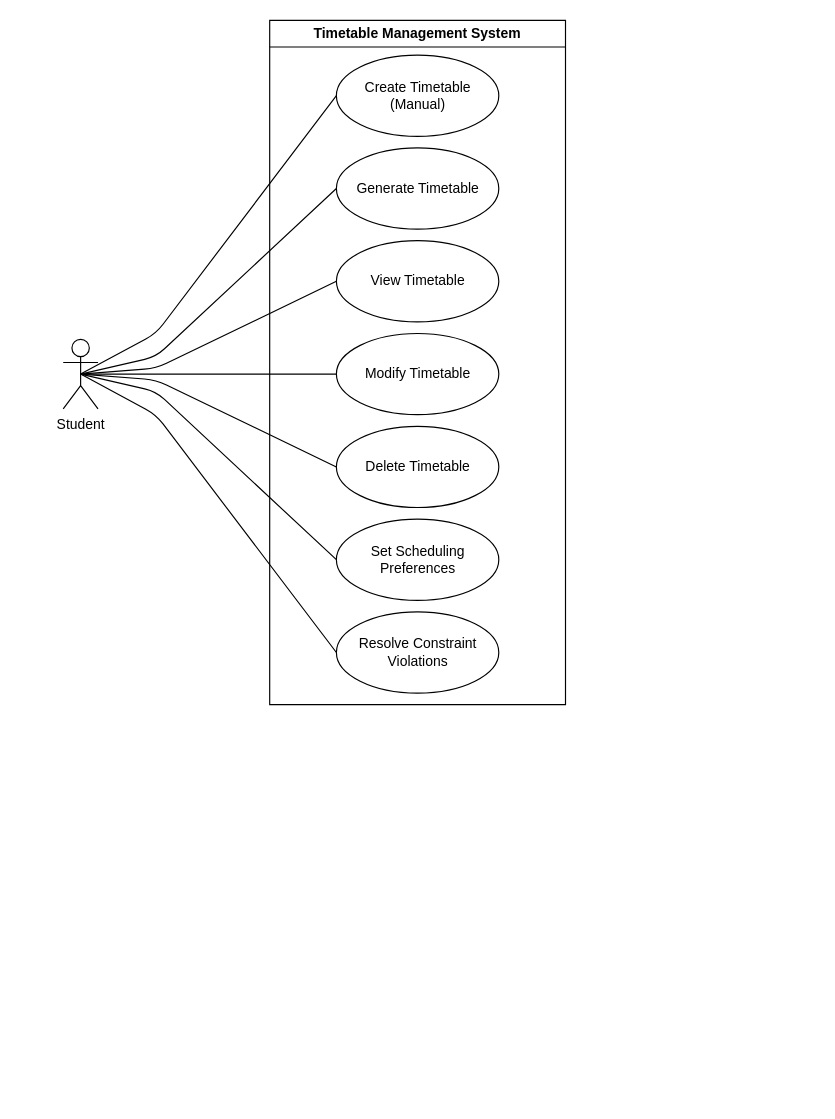
Earlier version of the draw.io diagram page "Timetable Management System" (2 of 6) of docs/diagrams/requirements/Requirements.drawio (COS301-SE-2026/UMTAS). Source tidied: cells renumbered, new cells numbered last; positions are measured from the earlier drawing's top-left corner, leaving out a move shared by most shapes. Both pictures are drawn from the tidied source at 116%, with x=0, y=0 at pixel (63, 20).
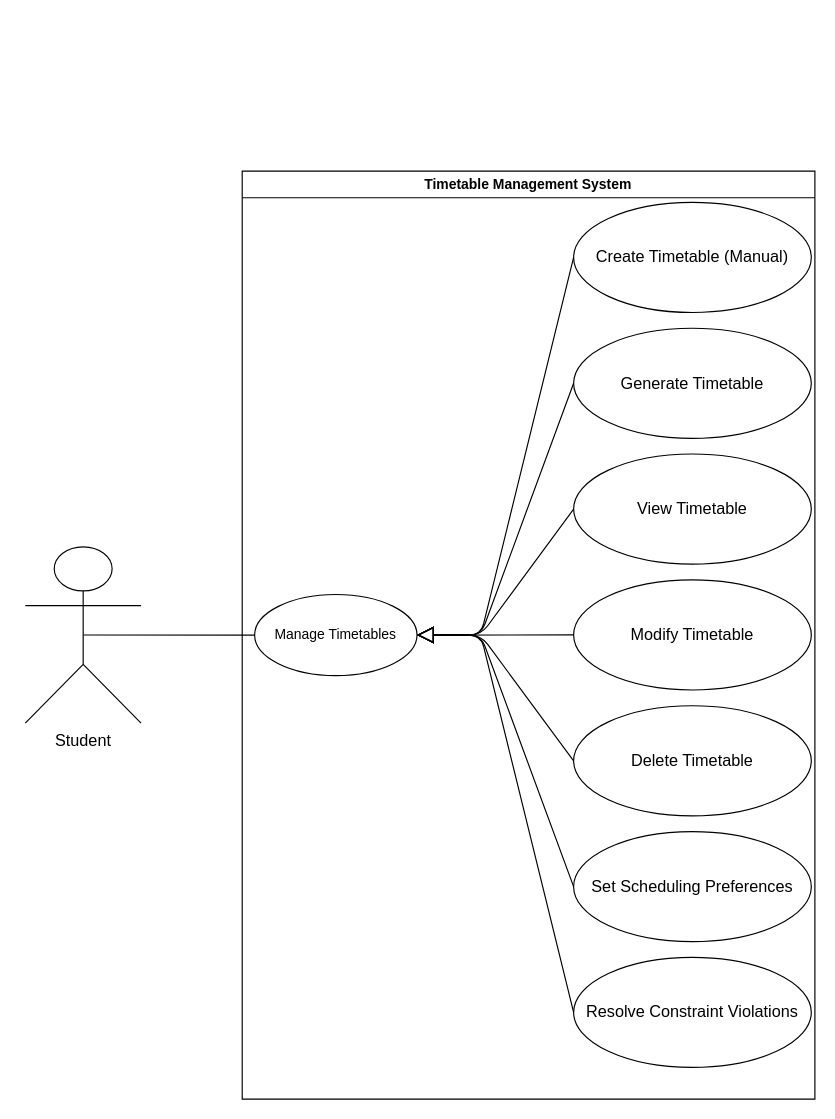
Above is the later version.

What changed in the source:
```diff
@@
+    <mxCell id="18" style="group;" parent="1" vertex="1">
+      <mxGeometry x="-37" y="130" width="685" height="800" as="geometry" />
+    </mxCell>
+    <mxCell id="19" style="group;" parent="18" vertex="1">
+      <mxGeometry x="51.3" width="633.7" height="800" as="geometry" />
+    </mxCell>
-    <mxCell id="2" value="Timetable Management System" style="swimlane;whiteSpace=wrap;html=1;" parent="1" vertex="1">
-      <mxGeometry x="178" width="255" height="590" as="geometry" />
+    <mxCell id="2" value="Timetable Management System" style="swimlane;whiteSpace=wrap;html=1;" parent="19" vertex="1">
+      <mxGeometry x="140" width="493.7" height="800" as="geometry" />
     </mxCell>
-    <mxCell id="3" value="Create Timetable (Manual)" style="ellipse;whiteSpace=wrap;html=1;" parent="2" vertex="1">
-      <mxGeometry x="57.5" y="30" width="140" height="70" as="geometry" />
+    <mxCell id="3" value="&lt;font style=&quot;font-size: 14px;&quot;&gt;Create Timetable (Manual)&lt;/font&gt;" style="ellipse;whiteSpace=wrap;html=1;" parent="2" vertex="1">
+      <mxGeometry x="285.7" y="27" width="204.9" height="94.9" as="geometry" />
     </mxCell>
-    <mxCell id="4" value="Generate Timetable" style="ellipse;whiteSpace=wrap;html=1;" parent="2" vertex="1">
-      <mxGeometry x="57.5" y="110" width="140" height="70" as="geometry" />
+    <mxCell id="4" value="&lt;font style=&quot;font-size: 14px;&quot;&gt;Generate Timetable&lt;/font&gt;" style="ellipse;whiteSpace=wrap;html=1;" parent="2" vertex="1">
+      <mxGeometry x="285.7" y="135.5" width="204.9" height="94.9" as="geometry" />
     </mxCell>
-    <mxCell id="5" value="Modify Timetable" style="ellipse;whiteSpace=wrap;html=1;" parent="2" vertex="1">
-      <mxGeometry x="57.5" y="270" width="140" height="70" as="geometry" />
+    <mxCell id="5" value="&lt;font style=&quot;font-size: 14px;&quot;&gt;Modify Timetable&lt;/font&gt;" style="ellipse;whiteSpace=wrap;html=1;" parent="2" vertex="1">
+      <mxGeometry x="285.7" y="352.4" width="204.9" height="94.9" as="geometry" />
     </mxCell>
-    <mxCell id="6" value="Set Scheduling Preferences" style="ellipse;whiteSpace=wrap;html=1;" parent="2" vertex="1">
-      <mxGeometry x="57.5" y="430" width="140" height="70" as="geometry" />
+    <mxCell id="6" value="&lt;font style=&quot;font-size: 14px;&quot;&gt;Set Scheduling Preferences&lt;/font&gt;" style="ellipse;whiteSpace=wrap;html=1;" parent="2" vertex="1">
+      <mxGeometry x="285.7" y="569.4" width="204.9" height="94.9" as="geometry" />
     </mxCell>
-    <mxCell id="7" value="Resolve Constraint Violations" style="ellipse;whiteSpace=wrap;html=1;" parent="2" vertex="1">
-      <mxGeometry x="57.5" y="510" width="140" height="70" as="geometry" />
+    <mxCell id="7" value="&lt;font style=&quot;font-size: 14px;&quot;&gt;Resolve Constraint Violations&lt;/font&gt;" style="ellipse;whiteSpace=wrap;html=1;" parent="2" vertex="1">
+      <mxGeometry x="285.7" y="677.8" width="204.9" height="94.9" as="geometry" />
     </mxCell>
-    <mxCell id="8" value="Delete Timetable" style="ellipse;whiteSpace=wrap;html=1;" parent="2" vertex="1">
-      <mxGeometry x="57.5" y="350" width="140" height="70" as="geometry" />
+    <mxCell id="8" value="&lt;font style=&quot;font-size: 14px;&quot;&gt;Delete Timetable&lt;/font&gt;" style="ellipse;whiteSpace=wrap;html=1;" parent="2" vertex="1">
+      <mxGeometry x="285.7" y="460.9" width="204.9" height="94.9" as="geometry" />
     </mxCell>
-    <mxCell id="9" value="View Timetable" style="ellipse;whiteSpace=wrap;html=1;" parent="2" vertex="1">
-      <mxGeometry x="57.5" y="190" width="140" height="70" as="geometry" />
+    <mxCell id="9" value="&lt;font style=&quot;font-size: 14px;&quot;&gt;View Timetable&lt;/font&gt;" style="ellipse;whiteSpace=wrap;html=1;" parent="2" vertex="1">
+      <mxGeometry x="285.7" y="243.9" width="204.9" height="94.9" as="geometry" />
     </mxCell>
+    <mxCell id="20" value="Manage Timetables" style="ellipse;whiteSpace=wrap;html=1;" parent="2" vertex="1">
+      <mxGeometry x="10.7" y="365" width="140" height="70" as="geometry" />
+    </mxCell>
+    <mxCell id="21" style="edgeStyle=none;html=1;endSize=12;endArrow=block;endFill=0;exitX=0;exitY=0.5;exitDx=0;exitDy=0;entryX=1;entryY=0.5;entryDx=0;entryDy=0;" parent="2" edge="1" source="7" target="20">
+      <mxGeometry relative="1" as="geometry">
+        <Array as="points">
+          <mxPoint x="205.7" y="400" />
+        </Array>
+      </mxGeometry>
+    </mxCell>
+    <mxCell id="22" style="edgeStyle=none;html=1;endSize=12;endArrow=block;endFill=0;exitX=0;exitY=0.5;exitDx=0;exitDy=0;entryX=1;entryY=0.5;entryDx=0;entryDy=0;" parent="2" edge="1" source="5" target="20">
+      <mxGeometry relative="1" as="geometry" />
+    </mxCell>
+    <mxCell id="23" style="edgeStyle=none;html=1;endSize=12;endArrow=block;endFill=0;exitX=0;exitY=0.5;exitDx=0;exitDy=0;entryX=1;entryY=0.5;entryDx=0;entryDy=0;" parent="2" edge="1" source="8" target="20">
+      <mxGeometry relative="1" as="geometry">
+        <Array as="points">
+          <mxPoint x="205.7" y="400" />
+        </Array>
+      </mxGeometry>
+    </mxCell>
+    <mxCell id="24" style="edgeStyle=none;html=1;endSize=12;endArrow=block;endFill=0;exitX=0;exitY=0.5;exitDx=0;exitDy=0;entryX=1;entryY=0.5;entryDx=0;entryDy=0;" parent="2" edge="1" source="6" target="20">
+      <mxGeometry relative="1" as="geometry">
+        <Array as="points">
+          <mxPoint x="205.7" y="400" />
+        </Array>
+      </mxGeometry>
+    </mxCell>
+    <mxCell id="25" style="edgeStyle=none;html=1;endSize=12;endArrow=block;endFill=0;exitX=0;exitY=0.5;exitDx=0;exitDy=0;entryX=1;entryY=0.5;entryDx=0;entryDy=0;" parent="2" edge="1" source="9" target="20">
+      <mxGeometry relative="1" as="geometry">
+        <Array as="points">
+          <mxPoint x="205.7" y="400" />
+        </Array>
+      </mxGeometry>
+    </mxCell>
+    <mxCell id="26" style="edgeStyle=none;html=1;endSize=12;endArrow=block;endFill=0;exitX=0;exitY=0.5;exitDx=0;exitDy=0;entryX=1;entryY=0.5;entryDx=0;entryDy=0;" parent="2" edge="1" source="4" target="20">
+      <mxGeometry relative="1" as="geometry">
+        <Array as="points">
+          <mxPoint x="205.7" y="400" />
+        </Array>
+      </mxGeometry>
+    </mxCell>
+    <mxCell id="27" style="edgeStyle=none;html=1;endSize=12;endArrow=block;endFill=0;exitX=0;exitY=0.5;exitDx=0;exitDy=0;entryX=1;entryY=0.5;entryDx=0;entryDy=0;" parent="2" edge="1" source="3" target="20">
+      <mxGeometry relative="1" as="geometry">
+        <Array as="points">
+          <mxPoint x="205.7" y="400" />
+        </Array>
+      </mxGeometry>
+    </mxCell>
-    <mxCell id="10" value="Student" style="shape=umlActor;verticalLabelPosition=bottom;verticalAlign=top;html=1;" parent="1" vertex="1">
-      <mxGeometry y="275" width="30" height="60" as="geometry" />
+    <mxCell id="10" value="&lt;font style=&quot;font-size: 14px;&quot;&gt;Student&lt;/font&gt;" style="shape=umlActor;verticalLabelPosition=bottom;verticalAlign=top;html=1;" parent="19" vertex="1">
+      <mxGeometry x="-47" y="323.9" width="99.8" height="152" as="geometry" />
     </mxCell>
-    <mxCell id="11" style="endArrow=none;html=1;exitX=0.5;exitY=0.5;exitDx=0;exitDy=0;exitPerimeter=0;entryX=0;entryY=0.5;entryDx=0;entryDy=0;" parent="1" edge="1" source="10" target="7">
-      <mxGeometry relative="1" as="geometry">
-        <Array as="points">
-          <mxPoint x="80" y="340" />
-        </Array>
-      </mxGeometry>
-    </mxCell>
-    <mxCell id="12" style="endArrow=none;html=1;exitX=0.5;exitY=0.5;exitDx=0;exitDy=0;exitPerimeter=0;entryX=0;entryY=0.5;entryDx=0;entryDy=0;" parent="1" edge="1" source="10" target="9">
-      <mxGeometry relative="1" as="geometry">
-        <Array as="points">
-          <mxPoint x="80" y="300" />
-        </Array>
-      </mxGeometry>
-    </mxCell>
-    <mxCell id="13" style="endArrow=none;html=1;exitX=0.5;exitY=0.5;exitDx=0;exitDy=0;exitPerimeter=0;entryX=0;entryY=0.5;entryDx=0;entryDy=0;" parent="1" edge="1" source="10" target="5">
-      <mxGeometry relative="1" as="geometry" />
-    </mxCell>
-    <mxCell id="14" style="endArrow=none;html=1;exitX=0.5;exitY=0.5;exitDx=0;exitDy=0;exitPerimeter=0;entryX=0;entryY=0.5;entryDx=0;entryDy=0;" parent="1" edge="1" source="10" target="8">
-      <mxGeometry relative="1" as="geometry">
-        <Array as="points">
-          <mxPoint x="80" y="310" />
-        </Array>
-      </mxGeometry>
-    </mxCell>
-    <mxCell id="15" style="endArrow=none;html=1;exitX=0.5;exitY=0.5;exitDx=0;exitDy=0;exitPerimeter=0;entryX=0;entryY=0.5;entryDx=0;entryDy=0;" parent="1" edge="1" source="10" target="6">
-      <mxGeometry relative="1" as="geometry">
-        <Array as="points">
-          <mxPoint x="80" y="320" />
-        </Array>
-      </mxGeometry>
-    </mxCell>
-    <mxCell id="16" style="endArrow=none;html=1;exitX=0.5;exitY=0.5;exitDx=0;exitDy=0;exitPerimeter=0;entryX=0;entryY=0.5;entryDx=0;entryDy=0;" parent="1" edge="1" source="10" target="4">
-      <mxGeometry relative="1" as="geometry">
-        <Array as="points">
-          <mxPoint x="80" y="290" />
-        </Array>
-      </mxGeometry>
-    </mxCell>
-    <mxCell id="17" style="endArrow=none;html=1;exitX=0.5;exitY=0.5;exitDx=0;exitDy=0;exitPerimeter=0;entryX=0;entryY=0.5;entryDx=0;entryDy=0;" parent="1" edge="1" source="10" target="3">
-      <mxGeometry relative="1" as="geometry">
-        <Array as="points">
-          <mxPoint x="80" y="270" />
-        </Array>
-      </mxGeometry>
-    </mxCell>
+    <mxCell id="28" style="endArrow=none;html=1;exitX=0.5;exitY=0.5;exitDx=0;exitDy=0;exitPerimeter=0;entryX=0;entryY=0.5;entryDx=0;entryDy=0;" parent="19" edge="1" source="10" target="20">
+      <mxGeometry relative="1" as="geometry" />
+    </mxCell>
```
